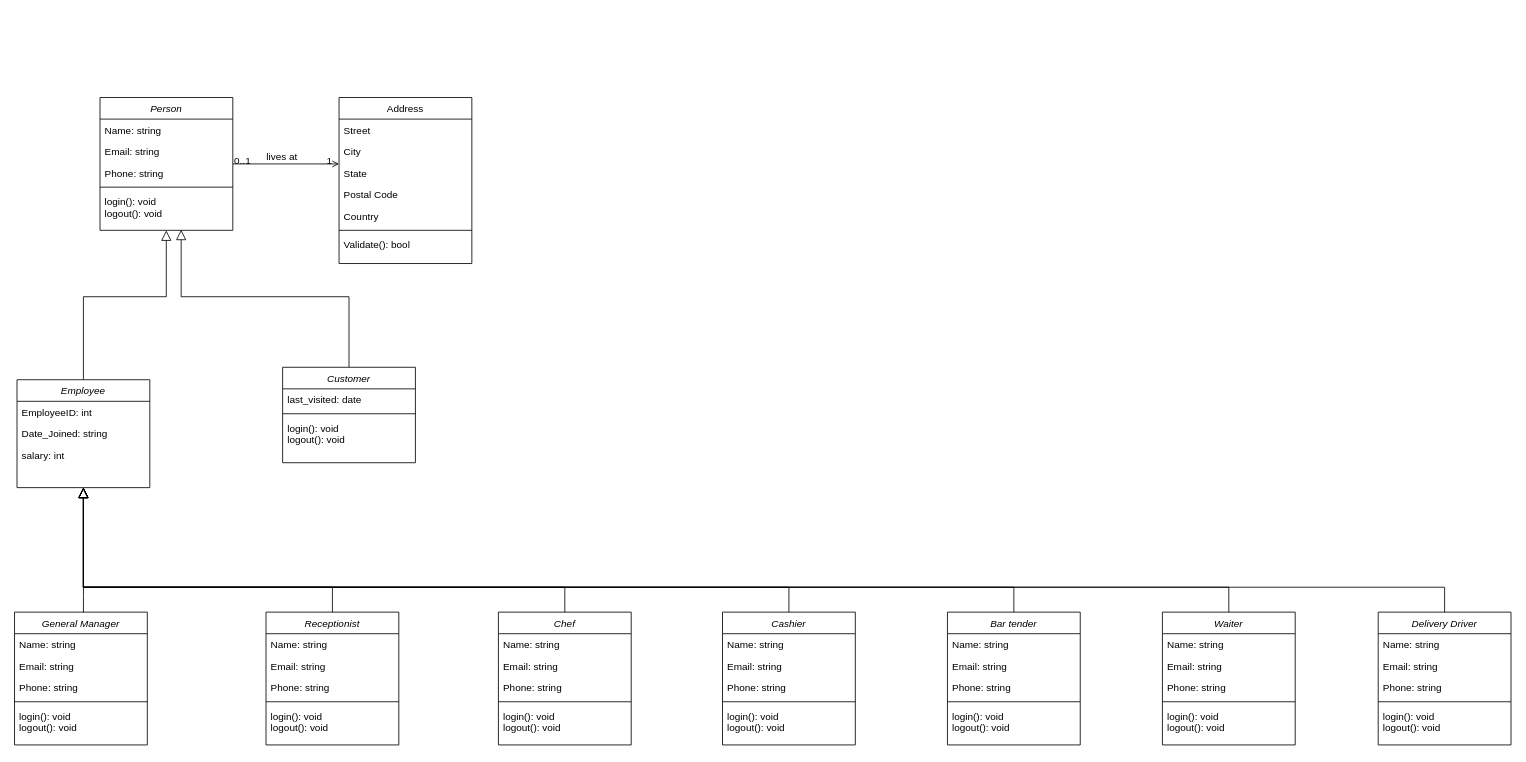
The draw.io diagram Restaurant Management System Class Diagram.drawio in Akthar99/Restaurant-Management-System, before the edit. Source tidied: cells renumbered, new cells numbered last; positions are measured from the earlier drawing's top-left corner, leaving out a move shared by most shapes. Both pictures are drawn from the tidied source at 83%, with x=0, y=0 at pixel (14, 97).
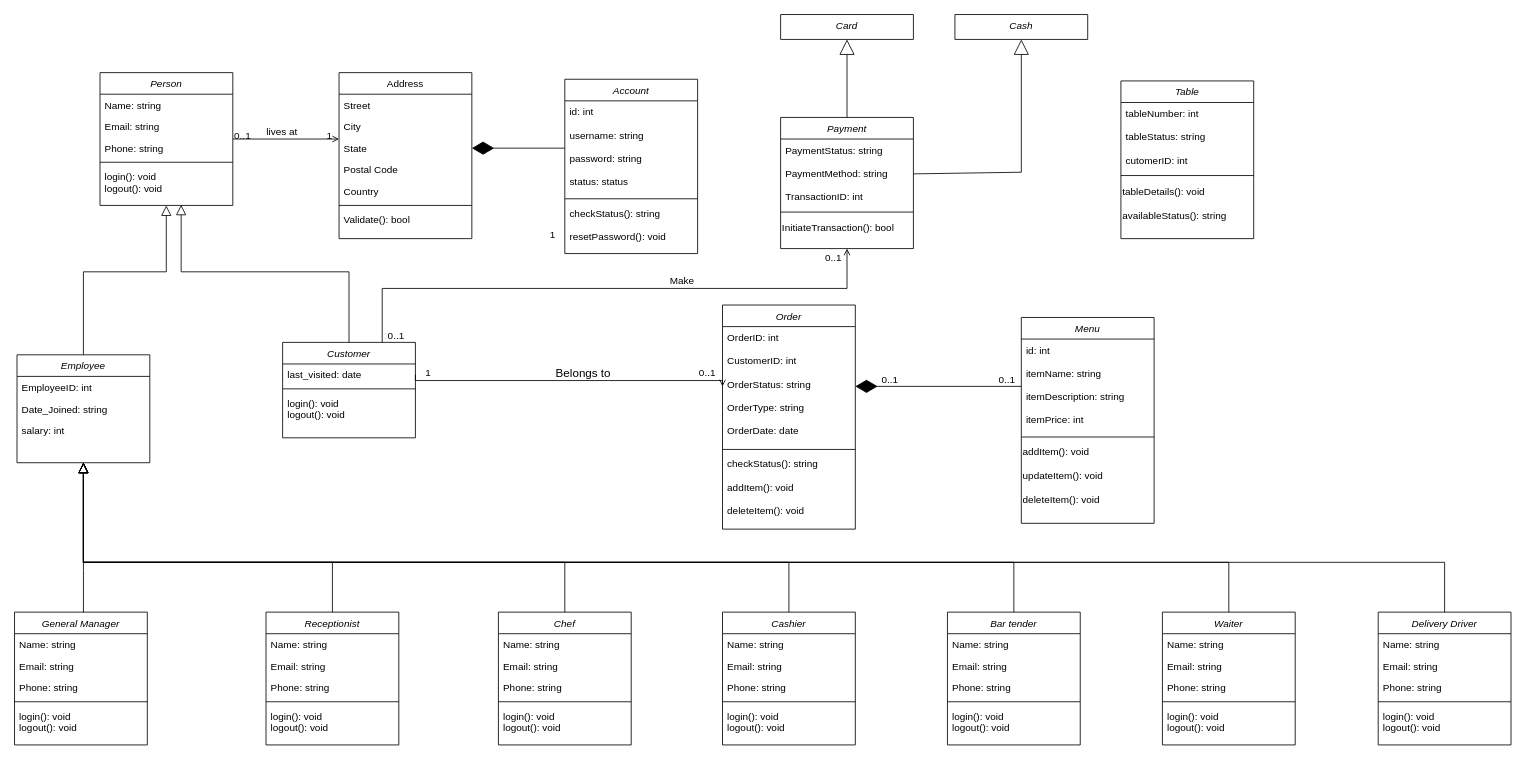
The same page after the edit.

Unchanged cells that the change refers to:
```xml
<mxCell id="7" value="login(): void&#10;logout(): void &#10;" style="text;align=left;verticalAlign=top;spacingLeft=4;spacingRight=4;overflow=hidden;points=[[0,0.5],[1,0.5]];portConstraint=eastwest;" parent="2" vertex="1">
  <mxGeometry y="112" width="160" height="48" as="geometry" />
</mxCell>
<mxCell id="12" value="State" style="text;align=left;verticalAlign=top;spacingLeft=4;spacingRight=4;overflow=hidden;points=[[0,0.5],[1,0.5]];portConstraint=eastwest;rounded=0;shadow=0;html=0;" parent="9" vertex="1">
  <mxGeometry y="78" width="160" height="26" as="geometry" />
</mxCell>
<mxCell id="25" value="Receptionist " style="swimlane;fontStyle=2;align=center;verticalAlign=top;horizontal=1;startSize=26;rounded=0;shadow=0;strokeWidth=1;" parent="1" vertex="1">
  <mxGeometry x="303" y="620" width="160" height="160" as="geometry" />
</mxCell>
<mxCell id="31" value="Chef " style="swimlane;fontStyle=2;align=center;verticalAlign=top;horizontal=1;startSize=26;rounded=0;shadow=0;strokeWidth=1;" parent="1" vertex="1">
  <mxGeometry x="583" y="620" width="160" height="160" as="geometry" />
</mxCell>
<mxCell id="37" value="Cashier " style="swimlane;fontStyle=2;align=center;verticalAlign=top;horizontal=1;startSize=26;rounded=0;shadow=0;strokeWidth=1;" parent="1" vertex="1">
  <mxGeometry x="853" y="620" width="160" height="160" as="geometry" />
</mxCell>
<mxCell id="43" value="Bar tender" style="swimlane;fontStyle=2;align=center;verticalAlign=top;horizontal=1;startSize=26;rounded=0;shadow=0;strokeWidth=1;" parent="1" vertex="1">
  <mxGeometry x="1124" y="620" width="160" height="160" as="geometry" />
</mxCell>
<mxCell id="49" value="General Manager" style="swimlane;fontStyle=2;align=center;verticalAlign=top;horizontal=1;startSize=26;rounded=0;shadow=0;strokeWidth=1;" parent="1" vertex="1">
  <mxGeometry y="620" width="160" height="160" as="geometry" />
</mxCell>
<mxCell id="59" value="Waiter" style="swimlane;fontStyle=2;align=center;verticalAlign=top;horizontal=1;startSize=26;rounded=0;shadow=0;strokeWidth=1;" parent="1" vertex="1">
  <mxGeometry x="1383" y="620" width="160" height="160" as="geometry" />
</mxCell>
<mxCell id="65" value="Delivery Driver" style="swimlane;fontStyle=2;align=center;verticalAlign=top;horizontal=1;startSize=26;rounded=0;shadow=0;strokeWidth=1;" parent="1" vertex="1">
  <mxGeometry x="1643" y="620" width="160" height="160" as="geometry" />
</mxCell>
<mxCell id="72" value="last_visited: date" style="text;align=left;verticalAlign=top;spacingLeft=4;spacingRight=4;overflow=hidden;points=[[0,0.5],[1,0.5]];portConstraint=eastwest;" parent="71" vertex="1">
  <mxGeometry y="26" width="160" height="26" as="geometry" />
</mxCell>
```

Change to the diagram source:
```diff
@@
     <mxCell id="2" value="Person" style="swimlane;fontStyle=2;align=center;verticalAlign=top;horizontal=1;startSize=26;rounded=0;shadow=0;strokeWidth=1;" parent="1" vertex="1">
-      <mxGeometry x="103" width="160" height="160" as="geometry" />
+      <mxGeometry x="103" y="-30" width="160" height="160" as="geometry" />
     </mxCell>
@@
     <mxCell id="8" style="endArrow=block;endSize=10;endFill=0;shadow=0;strokeWidth=1;rounded=0;curved=0;edgeStyle=elbowEdgeStyle;elbow=vertical;exitX=0.5;exitY=0;exitDx=0;exitDy=0;entryX=0.499;entryY=1.001;entryDx=0;entryDy=0;entryPerimeter=0;" parent="1" edge="1" source="21" target="7">
       <mxGeometry relative="1" as="geometry">
         <Array as="points">
-          <mxPoint x="183" y="240" />
+          <mxPoint x="183" y="210" />
         </Array>
       </mxGeometry>
     </mxCell>
     <mxCell id="9" value="Address" style="swimlane;fontStyle=0;align=center;verticalAlign=top;horizontal=1;startSize=26;rounded=0;shadow=0;strokeWidth=1;" parent="1" vertex="1">
-      <mxGeometry x="391" width="160" height="200" as="geometry" />
+      <mxGeometry x="391" y="-30" width="160" height="200" as="geometry" />
     </mxCell>
@@
     <mxCell id="21" value="Employee" style="swimlane;fontStyle=2;align=center;verticalAlign=top;horizontal=1;startSize=26;rounded=0;shadow=0;strokeWidth=1;" parent="1" vertex="1">
-      <mxGeometry x="3" y="340" width="160" height="130" as="geometry" />
+      <mxGeometry x="3" y="310" width="160" height="130" as="geometry" />
     </mxCell>
@@
     <mxCell id="55" style="endArrow=block;endSize=10;endFill=0;shadow=0;strokeWidth=1;rounded=0;curved=0;edgeStyle=elbowEdgeStyle;elbow=vertical;exitX=0.5;exitY=0;exitDx=0;exitDy=0;" parent="1" edge="1" source="25">
       <mxGeometry relative="1" as="geometry">
-        <mxPoint x="83" y="470" as="targetPoint" />
+        <mxPoint x="83" y="440" as="targetPoint" />
         <Array as="points">
-          <mxPoint x="91" y="590" />
+          <mxPoint x="91" y="560" />
         </Array>
       </mxGeometry>
     </mxCell>
     <mxCell id="56" style="endArrow=block;endSize=10;endFill=0;shadow=0;strokeWidth=1;rounded=0;curved=0;edgeStyle=elbowEdgeStyle;elbow=vertical;exitX=0.519;exitY=0.002;exitDx=0;exitDy=0;exitPerimeter=0;" parent="1" edge="1" source="49">
       <mxGeometry relative="1" as="geometry">
-        <mxPoint x="83" y="470" as="targetPoint" />
+        <mxPoint x="83" y="440" as="targetPoint" />
         <Array as="points">
-          <mxPoint x="101" y="600" />
+          <mxPoint x="101" y="570" />
         </Array>
       </mxGeometry>
     </mxCell>
     <mxCell id="57" style="endArrow=block;endSize=10;endFill=0;shadow=0;strokeWidth=1;rounded=0;curved=0;edgeStyle=elbowEdgeStyle;elbow=vertical;exitX=0.5;exitY=0;exitDx=0;exitDy=0;" parent="1" edge="1" source="31">
       <mxGeometry relative="1" as="geometry">
-        <mxPoint x="83" y="470" as="targetPoint" />
+        <mxPoint x="83" y="440" as="targetPoint" />
         <Array as="points">
-          <mxPoint x="101" y="590" />
+          <mxPoint x="101" y="560" />
         </Array>
       </mxGeometry>
     </mxCell>
     <mxCell id="58" style="endArrow=block;endSize=10;endFill=0;shadow=0;strokeWidth=1;rounded=0;curved=0;edgeStyle=elbowEdgeStyle;elbow=vertical;exitX=0.5;exitY=0;exitDx=0;exitDy=0;" parent="1" edge="1" source="37">
       <mxGeometry relative="1" as="geometry">
-        <mxPoint x="83" y="470" as="targetPoint" />
+        <mxPoint x="83" y="440" as="targetPoint" />
         <Array as="points">
-          <mxPoint x="111" y="590" />
+          <mxPoint x="111" y="560" />
         </Array>
       </mxGeometry>
     </mxCell>
@@
     <mxCell id="71" value="Customer" style="swimlane;fontStyle=2;align=center;verticalAlign=top;horizontal=1;startSize=26;rounded=0;shadow=0;strokeWidth=1;" parent="1" vertex="1">
-      <mxGeometry x="323" y="325" width="160" height="115" as="geometry" />
+      <mxGeometry x="323" y="295" width="160" height="115" as="geometry" />
     </mxCell>
@@
     <mxCell id="75" style="endArrow=block;endSize=10;endFill=0;shadow=0;strokeWidth=1;rounded=0;curved=0;edgeStyle=elbowEdgeStyle;elbow=vertical;exitX=0.5;exitY=0;exitDx=0;exitDy=0;entryX=0.611;entryY=0.983;entryDx=0;entryDy=0;entryPerimeter=0;" parent="1" edge="1" source="71" target="7">
       <mxGeometry relative="1" as="geometry">
         <Array as="points">
-          <mxPoint x="303" y="240" />
+          <mxPoint x="303" y="210" />
         </Array>
       </mxGeometry>
     </mxCell>
     <mxCell id="76" style="endArrow=block;endSize=10;endFill=0;shadow=0;strokeWidth=1;rounded=0;curved=0;edgeStyle=elbowEdgeStyle;elbow=vertical;exitX=0.5;exitY=0;exitDx=0;exitDy=0;entryX=0.5;entryY=1;entryDx=0;entryDy=0;" parent="1" edge="1" source="43" target="21">
       <mxGeometry relative="1" as="geometry">
         <Array as="points">
-          <mxPoint x="1113" y="590" />
-          <mxPoint x="121" y="600" />
+          <mxPoint x="1113" y="560" />
+          <mxPoint x="121" y="570" />
         </Array>
       </mxGeometry>
     </mxCell>
     <mxCell id="77" style="endArrow=block;endSize=10;endFill=0;shadow=0;strokeWidth=1;rounded=0;curved=0;edgeStyle=elbowEdgeStyle;elbow=vertical;exitX=0.5;exitY=0;exitDx=0;exitDy=0;entryX=0.5;entryY=1;entryDx=0;entryDy=0;" parent="1" edge="1" source="59" target="21">
       <mxGeometry relative="1" as="geometry">
         <Array as="points">
-          <mxPoint x="773" y="590" />
+          <mxPoint x="773" y="560" />
         </Array>
       </mxGeometry>
     </mxCell>
     <mxCell id="78" style="endArrow=block;endSize=10;endFill=0;shadow=0;strokeWidth=1;rounded=0;curved=0;edgeStyle=elbowEdgeStyle;elbow=vertical;exitX=0.5;exitY=0;exitDx=0;exitDy=0;entryX=0.5;entryY=1;entryDx=0;entryDy=0;" parent="1" edge="1" source="65" target="21">
       <mxGeometry relative="1" as="geometry">
         <Array as="points">
-          <mxPoint x="553" y="590" />
+          <mxPoint x="553" y="560" />
         </Array>
       </mxGeometry>
     </mxCell>
+    <mxCell id="79" value="Order" style="swimlane;fontStyle=2;align=center;verticalAlign=top;horizontal=1;startSize=26;rounded=0;shadow=0;strokeWidth=1;" parent="1" vertex="1">
+      <mxGeometry x="853" y="250" width="160" height="270" as="geometry" />
+    </mxCell>
+    <mxCell id="80" value="OrderID: int &#10;&#10;CustomerID: int&#10;&#10;OrderStatus: string&#10;&#10;OrderType: string&#10;&#10;OrderDate: date&#10;" style="text;align=left;verticalAlign=top;spacingLeft=4;spacingRight=4;overflow=hidden;points=[[0,0.5],[1,0.5]];portConstraint=eastwest;" parent="79" vertex="1">
+      <mxGeometry y="26" width="160" height="144" as="geometry" />
+    </mxCell>
+    <mxCell id="81" style="line;html=1;strokeWidth=1;align=left;verticalAlign=middle;spacingTop=-1;spacingLeft=3;spacingRight=3;labelPosition=right;" parent="79" vertex="1">
+      <mxGeometry y="170" width="160" height="8" as="geometry" />
+    </mxCell>
+    <mxCell id="82" value="checkStatus(): string&#10;&#10;addItem(): void&#10;&#10;deleteItem(): void&#10;" style="text;align=left;verticalAlign=top;spacingLeft=4;spacingRight=4;overflow=hidden;" parent="79" vertex="1">
+      <mxGeometry y="178" width="160" height="92" as="geometry" />
+    </mxCell>
+    <mxCell id="83" value="Payment" style="swimlane;fontStyle=2;align=center;verticalAlign=top;horizontal=1;startSize=26;rounded=0;shadow=0;strokeWidth=1;" parent="1" vertex="1">
+      <mxGeometry x="923" y="24" width="160" height="158" as="geometry" />
+    </mxCell>
+    <mxCell id="84" value="PaymentStatus: string&#10;&#10;PaymentMethod: string&#10;&#10;TransactionID: int&#10;" style="text;align=left;verticalAlign=top;spacingLeft=4;spacingRight=4;overflow=hidden;points=[[0,0.5],[1,0.5]];portConstraint=eastwest;" parent="83" vertex="1">
+      <mxGeometry y="26" width="160" height="84" as="geometry" />
+    </mxCell>
+    <mxCell id="85" style="line;html=1;strokeWidth=1;align=left;verticalAlign=middle;spacingTop=-1;spacingLeft=3;spacingRight=3;labelPosition=right;" parent="83" vertex="1">
+      <mxGeometry y="110" width="160" height="8" as="geometry" />
+    </mxCell>
+    <mxCell id="86" value="&lt;div align=&quot;left&quot;&gt;InitiateTransaction(): bool&lt;br&gt;&lt;/div&gt;" style="text;html=1;align=left;verticalAlign=middle;strokeColor=none;fillColor=none;" parent="83" vertex="1">
+      <mxGeometry y="118" width="160" height="30" as="geometry" />
+    </mxCell>
+    <mxCell id="87" value="Account" style="swimlane;fontStyle=2;align=center;verticalAlign=top;horizontal=1;startSize=26;rounded=0;shadow=0;strokeWidth=1;" parent="1" vertex="1">
+      <mxGeometry x="663" y="-22" width="160" height="210" as="geometry" />
+    </mxCell>
+    <mxCell id="88" value="id: int&#10;&#10;username: string&#10;&#10;password: string&#10;&#10;status: status&#10;" style="text;align=left;verticalAlign=top;spacingLeft=4;spacingRight=4;overflow=hidden;points=[[0,0.5],[1,0.5]];portConstraint=eastwest;" parent="87" vertex="1">
+      <mxGeometry y="26" width="160" height="114" as="geometry" />
+    </mxCell>
+    <mxCell id="89" style="line;html=1;strokeWidth=1;align=left;verticalAlign=middle;spacingTop=-1;spacingLeft=3;spacingRight=3;labelPosition=right;" parent="87" vertex="1">
+      <mxGeometry y="140" width="160" height="8" as="geometry" />
+    </mxCell>
+    <mxCell id="90" value="checkStatus(): string&#10;&#10;resetPassword(): void&#10;" style="text;align=left;verticalAlign=top;spacingLeft=4;spacingRight=4;overflow=hidden;" parent="87" vertex="1">
+      <mxGeometry y="148" width="160" height="62" as="geometry" />
+    </mxCell>
+    <mxCell id="91" style="endArrow=diamondThin;endFill=1;endSize=24;html=1;rounded=0;entryX=1;entryY=0.5;entryDx=0;entryDy=0;exitX=0;exitY=0.5;exitDx=0;exitDy=0;" parent="1" edge="1" source="88" target="12">
+      <mxGeometry relative="1" as="geometry" />
+    </mxCell>
+    <mxCell id="92" style="endArrow=open;shadow=0;strokeWidth=1;rounded=0;curved=0;endFill=1;edgeStyle=elbowEdgeStyle;elbow=vertical;exitX=1;exitY=0.5;exitDx=0;exitDy=0;entryX=0;entryY=0.5;entryDx=0;entryDy=0;" parent="1" edge="1" source="72" target="80">
+      <mxGeometry x="0.5" y="41" relative="1" as="geometry">
+        <mxPoint x="-40" y="32" as="offset" />
+      </mxGeometry>
+    </mxCell>
+    <mxCell id="93" value="0..1" style="align=left;verticalAlign=bottom;labelBackgroundColor=none;fontSize=12;" parent="92" vertex="1">
+      <mxGeometry x="-1" relative="1" as="geometry">
+        <mxPoint x="340" y="6" as="offset" />
+      </mxGeometry>
+    </mxCell>
+    <mxCell id="94" value="1" style="align=right;verticalAlign=bottom;labelBackgroundColor=none;fontSize=12;" parent="92" vertex="1">
+      <mxGeometry x="1" relative="1" as="geometry">
+        <mxPoint x="-350" y="-8" as="offset" />
+      </mxGeometry>
+    </mxCell>
+    <mxCell id="95" value="&lt;font style=&quot;font-size: 14px;&quot;&gt;Belongs to&lt;br&gt;&lt;/font&gt;" style="text;html=1;align=center;verticalAlign=middle;labelBackgroundColor=none;rounded=0;shadow=0;strokeWidth=1;fontSize=12;" parent="92" vertex="1">
+      <mxGeometry x="0.5" y="49" relative="1" as="geometry">
+        <mxPoint x="-80" y="39" as="offset" />
+      </mxGeometry>
+    </mxCell>
+    <mxCell id="96" style="endArrow=open;shadow=0;strokeWidth=1;rounded=0;curved=0;endFill=1;edgeStyle=elbowEdgeStyle;elbow=vertical;exitX=0.75;exitY=0;exitDx=0;exitDy=0;entryX=0.5;entryY=1;entryDx=0;entryDy=0;" parent="1" edge="1" source="71" target="83">
+      <mxGeometry x="0.5" y="41" relative="1" as="geometry">
+        <Array as="points">
+          <mxPoint x="683" y="230" />
+        </Array>
+        <mxPoint x="-40" y="32" as="offset" />
+      </mxGeometry>
+    </mxCell>
+    <mxCell id="97" value="0..1" style="align=left;verticalAlign=bottom;labelBackgroundColor=none;fontSize=12;" parent="96" vertex="1">
+      <mxGeometry x="-1" relative="1" as="geometry">
+        <mxPoint x="741" y="54" as="offset" />
+      </mxGeometry>
+    </mxCell>
+    <mxCell id="98" value="1" style="align=right;verticalAlign=bottom;labelBackgroundColor=none;fontSize=12;" parent="96" vertex="1">
+      <mxGeometry x="1" relative="1" as="geometry">
+        <mxPoint x="-350" y="-8" as="offset" />
+      </mxGeometry>
+    </mxCell>
+    <mxCell id="99" value="Make" style="text;html=1;align=center;verticalAlign=middle;labelBackgroundColor=none;rounded=0;shadow=0;strokeWidth=1;fontSize=12;" parent="96" vertex="1">
+      <mxGeometry x="0.5" y="49" relative="1" as="geometry">
+        <mxPoint x="-80" y="39" as="offset" />
+      </mxGeometry>
+    </mxCell>
+    <mxCell id="100" value="0..1" style="align=left;verticalAlign=bottom;labelBackgroundColor=none;fontSize=12;" parent="1" vertex="1">
+      <mxGeometry x="448" y="295" as="geometry" />
+    </mxCell>
+    <mxCell id="101" value="0..1" style="align=left;verticalAlign=bottom;labelBackgroundColor=none;fontSize=12;" parent="1" vertex="1">
+      <mxGeometry x="975" y="201" as="geometry" />
+    </mxCell>
+    <mxCell id="102" value="Menu" style="swimlane;fontStyle=2;align=center;verticalAlign=top;horizontal=1;startSize=26;rounded=0;shadow=0;strokeWidth=1;" parent="1" vertex="1">
+      <mxGeometry x="1213" y="265" width="160" height="248" as="geometry" />
+    </mxCell>
+    <mxCell id="103" value="id: int&#10;&#10;itemName: string &#10;&#10;itemDescription: string&#10;&#10;itemPrice: int&#10;" style="text;align=left;verticalAlign=top;spacingLeft=4;spacingRight=4;overflow=hidden;points=[[0,0.5],[1,0.5]];portConstraint=eastwest;" parent="102" vertex="1">
+      <mxGeometry y="26" width="160" height="114" as="geometry" />
+    </mxCell>
+    <mxCell id="104" style="line;html=1;strokeWidth=1;align=left;verticalAlign=middle;spacingTop=-1;spacingLeft=3;spacingRight=3;labelPosition=right;" parent="102" vertex="1">
+      <mxGeometry y="140" width="160" height="8" as="geometry" />
+    </mxCell>
+    <mxCell id="105" value="&lt;div&gt;addItem(): void&lt;/div&gt;&lt;div&gt;&lt;br&gt;&lt;/div&gt;&lt;div&gt;updateItem(): void&lt;/div&gt;&lt;div&gt;&lt;br&gt;&lt;/div&gt;&lt;div&gt;deleteItem(): void&lt;/div&gt;&lt;div&gt;&lt;br&gt;&lt;/div&gt;" style="text;html=1;align=left;verticalAlign=middle;strokeColor=none;fillColor=none;" parent="102" vertex="1">
+      <mxGeometry y="148" width="160" height="100" as="geometry" />
+    </mxCell>
+    <mxCell id="106" style="endArrow=diamondThin;endFill=1;endSize=24;html=1;rounded=0;entryX=1;entryY=0.5;entryDx=0;entryDy=0;exitX=0;exitY=0.5;exitDx=0;exitDy=0;" parent="1" edge="1" source="103" target="80">
+      <mxGeometry relative="1" as="geometry">
+        <Array as="points">
+          <mxPoint x="1113" y="348" />
+        </Array>
+      </mxGeometry>
+    </mxCell>
+    <mxCell id="107" value="0..1" style="align=left;verticalAlign=bottom;labelBackgroundColor=none;fontSize=12;" parent="1" vertex="1">
+      <mxGeometry x="1043" y="349" as="geometry" />
+    </mxCell>
+    <mxCell id="108" value="Cash " style="swimlane;fontStyle=2;align=center;verticalAlign=top;horizontal=1;startSize=40;rounded=0;shadow=0;strokeWidth=1;" parent="1" vertex="1">
+      <mxGeometry x="1133" y="-100" width="160" height="30" as="geometry" />
+    </mxCell>
+    <mxCell id="109" value="Card" style="swimlane;fontStyle=2;align=center;verticalAlign=top;horizontal=1;startSize=40;rounded=0;shadow=0;strokeWidth=1;" parent="1" vertex="1">
+      <mxGeometry x="923" y="-100" width="160" height="30" as="geometry" />
+    </mxCell>
+    <mxCell id="110" style="endArrow=block;endSize=16;endFill=0;html=1;rounded=0;exitX=0.5;exitY=0;exitDx=0;exitDy=0;entryX=0.5;entryY=1;entryDx=0;entryDy=0;" parent="1" edge="1" source="83" target="109">
+      <mxGeometry relative="1" as="geometry" />
+    </mxCell>
+    <mxCell id="111" style="endArrow=block;endSize=16;endFill=0;html=1;rounded=0;exitX=1;exitY=0.5;exitDx=0;exitDy=0;entryX=0.5;entryY=1;entryDx=0;entryDy=0;" parent="1" edge="1" source="84" target="108">
+      <mxGeometry relative="1" as="geometry">
+        <Array as="points">
+          <mxPoint x="1213" y="90" />
+        </Array>
+      </mxGeometry>
+    </mxCell>
+    <mxCell id="112" value="Table" style="swimlane;fontStyle=2;align=center;verticalAlign=top;horizontal=1;startSize=26;rounded=0;shadow=0;strokeWidth=1;" parent="1" vertex="1">
+      <mxGeometry x="1333" y="-20" width="160" height="190" as="geometry" />
+    </mxCell>
+    <mxCell id="113" value="tableNumber: int&#10;&#10;tableStatus: string&#10;&#10;cutomerID: int&#10;" style="text;align=left;verticalAlign=top;spacingLeft=4;spacingRight=4;overflow=hidden;" parent="112" vertex="1">
+      <mxGeometry y="26" width="160" height="84" as="geometry" />
+    </mxCell>
+    <mxCell id="114" style="line;html=1;strokeWidth=1;align=left;verticalAlign=middle;spacingTop=-1;spacingLeft=3;spacingRight=3;labelPosition=right;" parent="112" vertex="1">
+      <mxGeometry y="110" width="160" height="8" as="geometry" />
+    </mxCell>
+    <mxCell id="115" value="&lt;div&gt;tableDetails(): void&lt;/div&gt;&lt;div&gt;&lt;br&gt;&lt;/div&gt;&lt;div&gt;availableStatus(): string&lt;br&gt;&lt;/div&gt;" style="text;html=1;align=left;verticalAlign=middle;strokeColor=none;fillColor=none;" parent="112" vertex="1">
+      <mxGeometry y="118" width="160" height="60" as="geometry" />
+    </mxCell>
```
